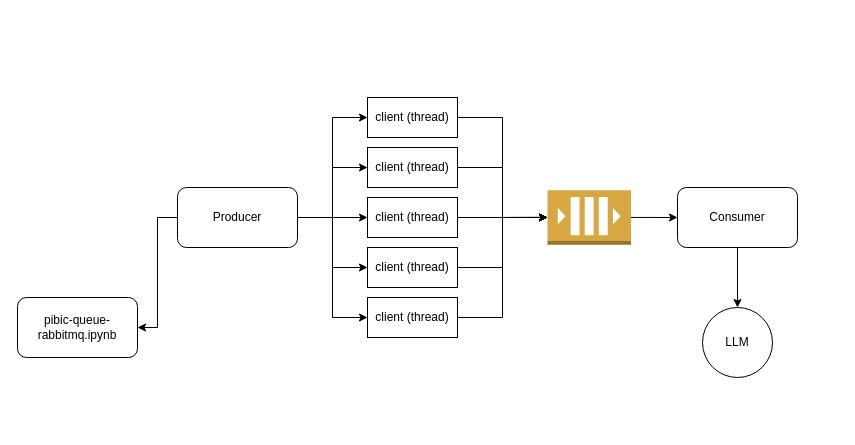
Earlier version of the draw.io diagram pibic-queue.drawio (CarlosfcPinheiro/pibic-api-llm-integration). Source tidied: cells renumbered, new cells numbered last; positions are measured from the earlier drawing's top-left corner, leaving out a move shared by most shapes. Both pictures are drawn from the tidied source at 100%, with x=0, y=0 at pixel (17, 97).
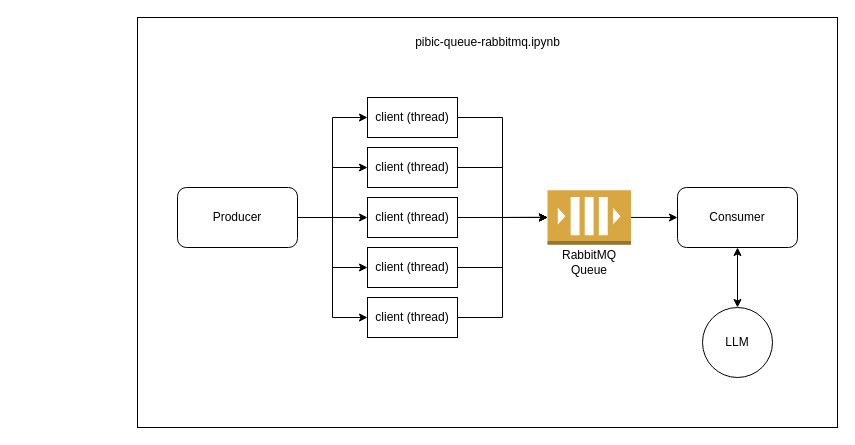
The same page after the edit.

Unchanged cells that the change refers to:
```xml
<mxCell id="9" value="Producer" style="rounded=1;whiteSpace=wrap;html=1;" parent="1" vertex="1">
  <mxGeometry x="160" y="90" width="120" height="60" as="geometry" />
</mxCell>
<mxCell id="24" value="Consumer" style="rounded=1;whiteSpace=wrap;html=1;" parent="1" vertex="1">
  <mxGeometry x="660" y="90" width="120" height="60" as="geometry" />
</mxCell>
<mxCell id="25" value="LLM" style="ellipse;whiteSpace=wrap;html=1;" parent="1" vertex="1">
  <mxGeometry x="685" y="210" width="70" height="70" as="geometry" />
</mxCell>
```

Change to the diagram source:
```diff
@@
-    <mxCell id="2" value="pibic-queue-rabbitmq.ipynb" style="rounded=1;whiteSpace=wrap;html=1;" parent="1" vertex="1">
-      <mxGeometry y="200" width="120" height="60" as="geometry" />
-    </mxCell>
+    <mxCell id="26" style="rounded=0;whiteSpace=wrap;html=1;" parent="1" vertex="1">
+      <mxGeometry x="120" y="-80" width="700" height="410" as="geometry" />
+    </mxCell>
@@
-    <mxCell id="8" style="edgeStyle=orthogonalEdgeStyle;rounded=0;jettySize=auto;html=1;exitX=0;exitY=0.5;exitDx=0;exitDy=0;entryX=1;entryY=0.5;entryDx=0;entryDy=0;" parent="1" edge="1" source="9" target="2">
-      <mxGeometry relative="1" as="geometry" />
-    </mxCell>
@@
-    <mxCell id="23" style="edgeStyle=orthogonalEdgeStyle;rounded=0;jettySize=auto;html=1;exitX=0.5;exitY=1;exitDx=0;exitDy=0;entryX=0.5;entryY=0;entryDx=0;entryDy=0;" parent="1" edge="1" source="24" target="25">
+    <mxCell id="23" style="edgeStyle=orthogonalEdgeStyle;rounded=0;jettySize=auto;html=1;exitX=0.5;exitY=1;exitDx=0;exitDy=0;entryX=0.5;entryY=0;entryDx=0;entryDy=0;startArrow=classic;startFill=1;" parent="1" edge="1" source="24" target="25">
       <mxGeometry relative="1" as="geometry" />
     </mxCell>
@@
+    <mxCell id="2" value="pibic-queue-rabbitmq.ipynb" style="text;html=1;align=center;verticalAlign=middle;points=[];strokeColor=none;fillColor=none;" parent="1" vertex="1">
+      <mxGeometry x="385" y="-70" width="170" height="30" as="geometry" />
+    </mxCell>
+    <mxCell id="27" value="RabbitMQ Queue" style="text;html=1;align=center;verticalAlign=middle;whiteSpace=wrap;rounded=0;" parent="1" vertex="1">
+      <mxGeometry x="541.8" y="150" width="60" height="30" as="geometry" />
+    </mxCell>
```
